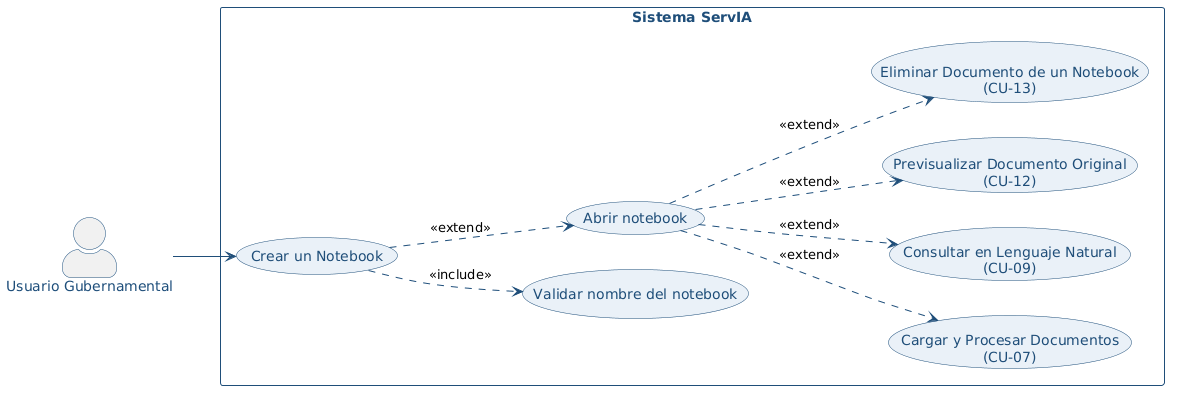
Before: Documentacion/Documentacion_ServIA_2026/Diagramas/Casos_Uso/cu-11.png, a diagram exported from PlantUML (procmc/JusticIA).
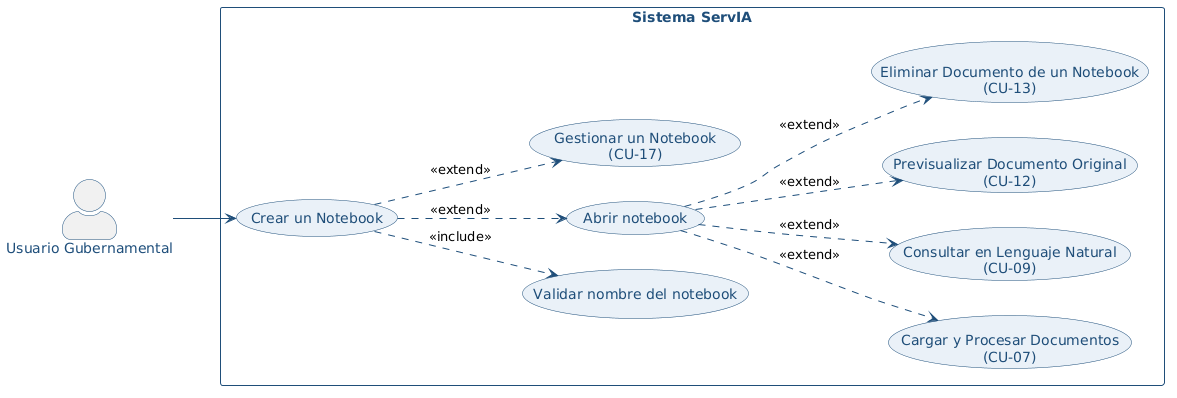
The same file after the commit.

What changed in the source:
```diff
@@ -29,6 +29,7 @@
   usecase "Consultar en Lenguaje Natural\n(CU-09)" as RCU09
   usecase "Previsualizar Documento Original\n(CU-12)" as RCU12
   usecase "Eliminar Documento de un Notebook\n(CU-13)" as RCU13
+  usecase "Gestionar un Notebook\n(CU-17)" as RCU17
 }
 UG --> CU11
 CU11 ..> S1 : <<include>>
@@ -37,4 +38,5 @@
 S2 ..> RCU09 : <<extend>>
 S2 ..> RCU12 : <<extend>>
 S2 ..> RCU13 : <<extend>>
+CU11 ..> RCU17 : <<extend>>
 @enduml
```
